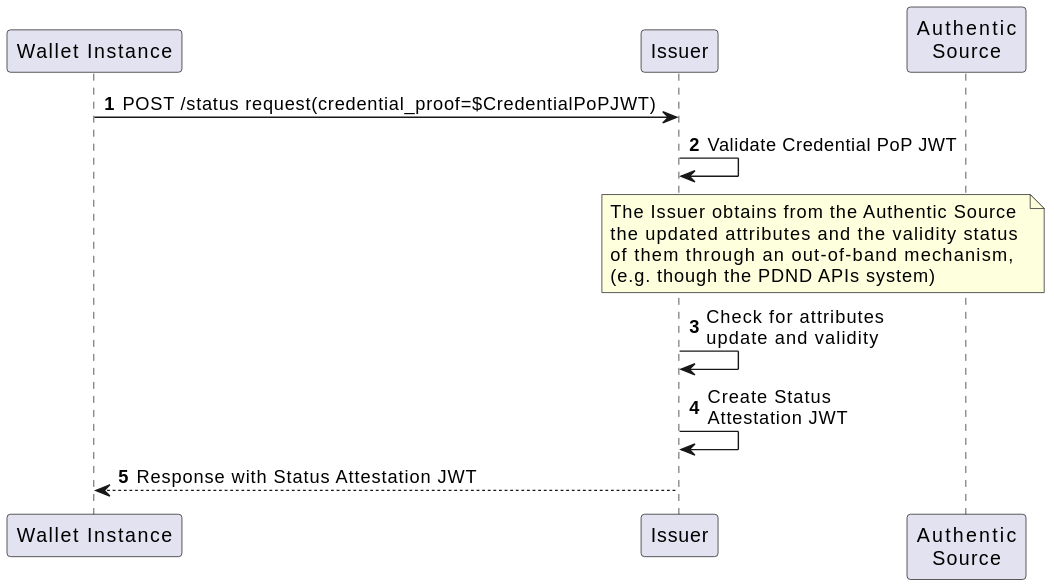
This is images/Low-Level-Flow-Revocation-Attestation.svg from italia/eudi-wallet-it-docs, a PlantUML export, as it was before one commit.
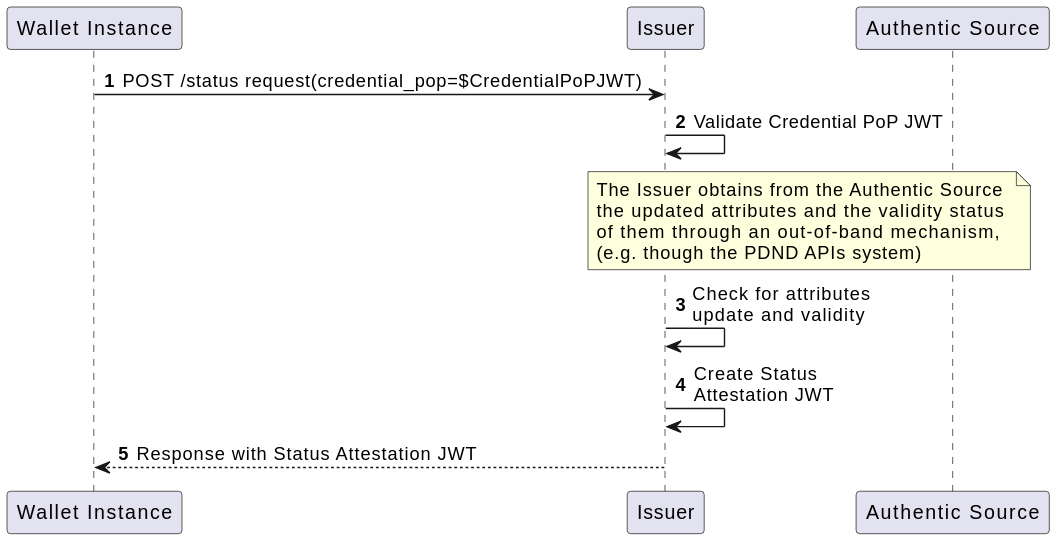
The same file after the commit.

Commit message:
fix: credential_proof -> credential_pop

Change to the diagram source:
```diff
@@ -2,9 +2,9 @@
 autonumber
 participant "Wallet Instance" as wi
 participant "Issuer" as i
-participant "Authentic\nSource" as as
+participant "Authentic Source" as as
 
-wi -> i: POST /status request(credential_proof=$CredentialPoPJWT)
+wi -> i: POST /status request(credential_pop=$CredentialPoPJWT)
 
 i -> i: Validate Credential PoP JWT
 
```
